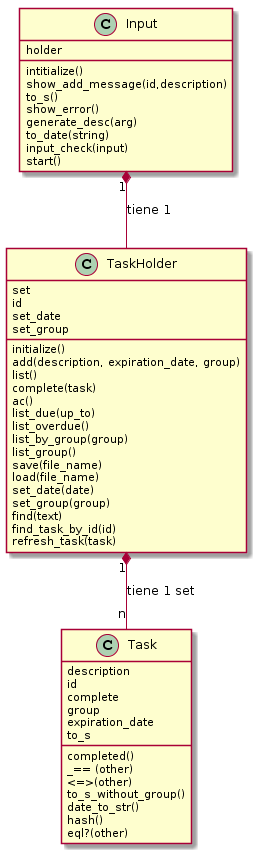
The PlantUML diagram uml.png in JoaquinBattilana/TPE-RUBY, before a commit. The source it was exported from:
```plantuml
@startuml
Input "1" *-- TaskHolder :tiene 1
TaskHolder "1" *-- "n" Task : tiene 1 set

class Input{
holder
intitialize()
show_add_message(id,description)
to_s()
show_error()
generate_desc(arg)
to_date(string)
input_check(input)
start()
}

class TaskHolder{
set
id
set_date
set_group
initialize()
add(description, expiration_date, group)
list()
complete(task)
ac()
list_due(up_to)
list_overdue()
list_by_group(group)
list_group()
save(file_name)
load(file_name)
set_date(date)
set_group(group)
find(text)
find_task_by_id(id)
refresh_task(task)
}

class Task{
description
id
complete
group
expiration_date
completed()
to_s
_== (other)
<=>(other)
to_s_without_group()
date_to_str()
hash()
eql?(other)
}
@enduml
```
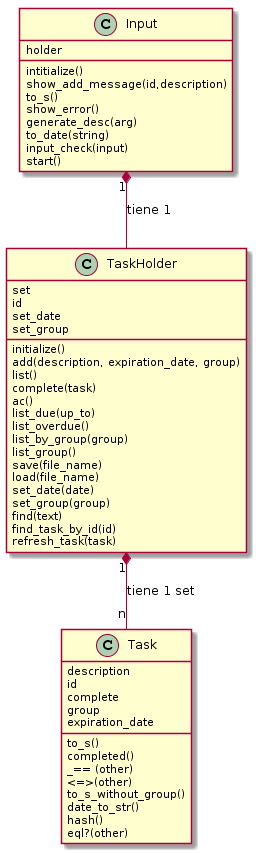
The same file after the commit.

The edit, as a diff of the source:
```diff
@@ -43,8 +43,8 @@
 complete
 group
 expiration_date
+to_s()
 completed()
-to_s
 _== (other)
 <=>(other)
 to_s_without_group()
```
